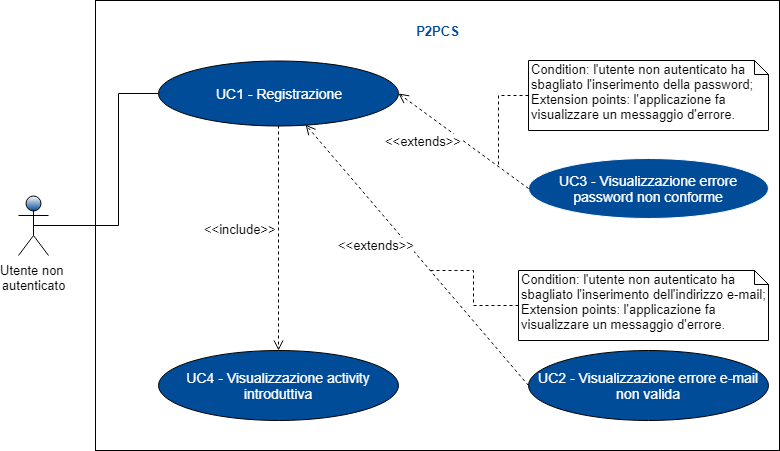
Above: RR/Esterni/Analisi_dei_requisiti/res/images/Schemagenerale1.png in ZeusCode17/P2PCS (draw.io), before the change. Source tidied: cells renumbered, new cells last; positions are measured from the earlier drawing's top-left corner, leaving out a move shared by most shapes.
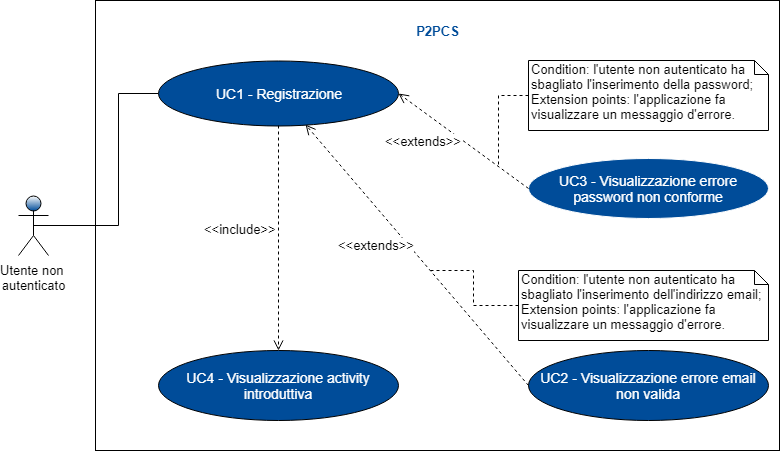
The same diagram one commit later.

What changed in the source:
```diff
@@ -19,7 +19,7 @@
     <mxCell id="5" value="UC1 - Registrazione&lt;br&gt;" style="ellipse;whiteSpace=wrap;html=1;fontSize=14;fontColor=#FFFFFF;fillColor=#004C99;" parent="1" vertex="1">
       <mxGeometry x="140" y="60" width="240" height="65" as="geometry" />
     </mxCell>
-    <mxCell id="6" value="UC2 - Visualizzazione errore e-mail non valida" style="ellipse;whiteSpace=wrap;html=1;fontSize=14;fontColor=#FFFFFF;fillColor=#004C99;" parent="1" vertex="1">
+    <mxCell id="6" value="UC2 - Visualizzazione errore email non valida" style="ellipse;whiteSpace=wrap;html=1;fontSize=14;fontColor=#FFFFFF;fillColor=#004C99;" parent="1" vertex="1">
       <mxGeometry x="510" y="350" width="240" height="70" as="geometry" />
     </mxCell>
     <mxCell id="7" value="UC3 - Visualizzazione errore password non conforme&lt;br&gt;" style="ellipse;whiteSpace=wrap;html=1;strokeColor=#FFFFFF;fillColor=#004C99;fontSize=14;fontColor=#FFFFFF;" parent="1" vertex="1">
@@ -53,7 +53,7 @@
         <mxPoint x="410" y="270" as="targetPoint" />
       </mxGeometry>
     </mxCell>
-    <mxCell id="16" value="Condition: l'utente non autenticato ha sbagliato l'inserimento dell'indirizzo e-mail; &lt;br&gt;Extension points:&amp;nbsp;l'applicazione fa visualizzare un messaggio d'errore.&lt;br&gt;" style="shape=note;whiteSpace=wrap;html=1;size=14;verticalAlign=top;align=left;spacingTop=-6;fontSize=13;fontColor=#000000;" parent="1" vertex="1">
+    <mxCell id="16" value="Condition: l'utente non autenticato ha sbagliato l'inserimento dell'indirizzo email; &lt;br&gt;Extension points:&amp;nbsp;l'applicazione fa visualizzare un messaggio d'errore.&lt;br&gt;" style="shape=note;whiteSpace=wrap;html=1;size=14;verticalAlign=top;align=left;spacingTop=-6;fontSize=13;fontColor=#000000;" parent="1" vertex="1">
       <mxGeometry x="500" y="270" width="250" height="70" as="geometry" />
     </mxCell>
   </root>
```
